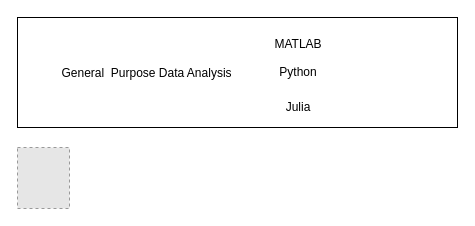
The draw.io diagram untitled.dio in Jim-Shaddix/Python-Presentation, before the edit. Source tidied: cells renumbered, new cells numbered last; positions are measured from the earlier drawing's top-left corner, leaving out a move shared by most shapes. Both pictures are drawn from the tidied source at 100%, with x=0, y=0 at pixel (17, 17). Pictures stored in the file or linked from it are replaced by grey dashed boxes.
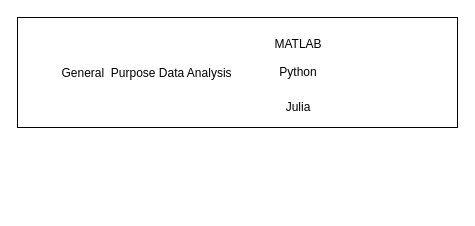
The same diagram, later.

Diff of the diagram source:
```diff
@@
 <mxGraphModel background="#ffffff">
   <root>
     <mxCell id="0" />
     <mxCell id="1" parent="0" />
     <mxCell id="2" style="group;" parent="1" vertex="1">
       <mxGeometry width="440" height="110" as="geometry" />
     </mxCell>
     <mxCell id="3" style="rounded=0;whiteSpace=wrap;html=1;glass=0;" parent="2" vertex="1">
       <mxGeometry width="440" height="110" as="geometry" />
     </mxCell>
     <mxCell id="4" value="General&amp;nbsp; Purpose Data Analysis" style="text;html=1;strokeColor=none;fillColor=none;align=center;verticalAlign=middle;whiteSpace=wrap;rounded=0;glass=0;" parent="2" vertex="1">
       <mxGeometry x="39" y="37" width="181" height="37" as="geometry" />
     </mxCell>
     <mxCell id="5" value="MATLAB" style="text;html=1;strokeColor=none;fillColor=none;align=center;verticalAlign=middle;whiteSpace=wrap;rounded=0;glass=0;" parent="2" vertex="1">
       <mxGeometry x="261" y="17" width="40" height="20" as="geometry" />
     </mxCell>
     <mxCell id="6" value="Python" style="text;html=1;strokeColor=none;fillColor=none;align=center;verticalAlign=middle;whiteSpace=wrap;rounded=0;glass=0;" parent="2" vertex="1">
       <mxGeometry x="261" y="45" width="40" height="20" as="geometry" />
     </mxCell>
     <mxCell id="7" value="Julia" style="text;html=1;strokeColor=none;fillColor=none;align=center;verticalAlign=middle;whiteSpace=wrap;rounded=0;glass=0;" parent="2" vertex="1">
       <mxGeometry x="261" y="80" width="40" height="20" as="geometry" />
     </mxCell>
-    <mxCell id="8" style="fillColor=#E6E6E6;strokeColor=#999999;dashed=1;html=1;verticalLabelPosition=bottom;labelBackgroundColor=#ffffff;verticalAlign=top;" parent="1" vertex="1">
-      <mxGeometry y="130" width="52" height="61" as="geometry" />
-    </mxCell>
   </root>
 </mxGraphModel>
```
